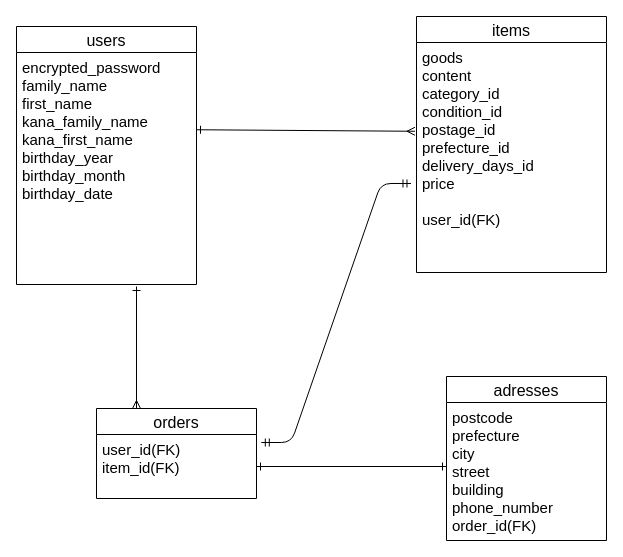
Earlier version of the draw.io diagram er.dio (snocoh/furima-38972). Source tidied: cells renumbered, new cells numbered last; positions are measured from the earlier drawing's top-left corner, leaving out a move shared by most shapes. Both pictures are drawn from the tidied source at 100%, with x=0, y=0 at pixel (16, 16).
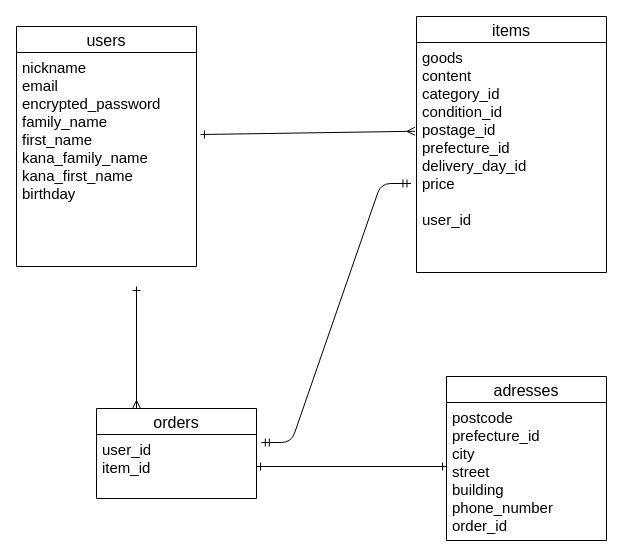
The same page after the edit.

Commit message (it also covers changes not shown here):
各テーブル修正

What changed in the source:
```diff
@@
 <mxGraphModel>
   <root>
     <mxCell id="0" />
     <mxCell id="1" parent="0" />
     <mxCell id="2" value="users" style="swimlane;fontStyle=0;horizontal=1;startSize=26;align=center;fontSize=16;" parent="1" vertex="1">
-      <mxGeometry y="10" width="180" height="258" as="geometry" />
+      <mxGeometry y="10" width="180" height="240" as="geometry" />
     </mxCell>
     <mxCell id="3" value="items" style="swimlane;fontStyle=0;horizontal=1;startSize=26;align=center;fontSize=16;" parent="1" vertex="1">
       <mxGeometry x="400" width="190" height="256" as="geometry" />
     </mxCell>
-    <mxCell id="4" value="goods&#10;content&#10;category_id&#10;condition_id&#10;postage_id&#10;prefecture_id&#10;delivery_days_id&#10;price&#10;&#10;user_id(FK)&#10;" style="text;strokeColor=none;fillColor=none;spacingLeft=4;spacingRight=4;overflow=hidden;points=[[0,0.5],[1,0.5]];portConstraint=eastwest;fontSize=15;" parent="3" vertex="1">
+    <mxCell id="4" value="goods&#10;content&#10;category_id&#10;condition_id&#10;postage_id&#10;prefecture_id&#10;delivery_day_id&#10;price&#10;&#10;user_id" style="text;strokeColor=none;fillColor=none;spacingLeft=4;spacingRight=4;overflow=hidden;points=[[0,0.5],[1,0.5]];portConstraint=eastwest;fontSize=15;" parent="3" vertex="1">
       <mxGeometry y="26" width="190" height="230" as="geometry" />
     </mxCell>
     <mxCell id="5" value="orders" style="swimlane;fontStyle=0;horizontal=1;startSize=26;align=center;fontSize=16;" parent="1" vertex="1">
       <mxGeometry x="80" y="392" width="160" height="90" as="geometry" />
     </mxCell>
-    <mxCell id="6" value="user_id(FK)&#10;item_id(FK)" style="text;strokeColor=none;fillColor=none;spacingLeft=4;spacingRight=4;overflow=hidden;points=[[0,0.5],[1,0.5]];portConstraint=eastwest;fontSize=15;" parent="5" vertex="1">
+    <mxCell id="6" value="user_id&#10;item_id" style="text;strokeColor=none;fillColor=none;spacingLeft=4;spacingRight=4;overflow=hidden;points=[[0,0.5],[1,0.5]];portConstraint=eastwest;fontSize=15;" parent="5" vertex="1">
       <mxGeometry y="26" width="160" height="64" as="geometry" />
     </mxCell>
     <mxCell id="7" value="adresses" style="swimlane;fontStyle=0;horizontal=1;startSize=26;align=center;fontSize=16;" parent="1" vertex="1">
       <mxGeometry x="430" y="360" width="160" height="164" as="geometry" />
     </mxCell>
-    <mxCell id="8" value="postcode&#10;prefecture&#10;city&#10;street&#10;building&#10;phone_number&#10;order_id(FK)" style="text;strokeColor=none;fillColor=none;spacingLeft=4;spacingRight=4;overflow=hidden;fontSize=15;" parent="7" vertex="1">
+    <mxCell id="8" value="postcode&#10;prefecture_id&#10;city&#10;street&#10;building&#10;phone_number&#10;order_id" style="text;strokeColor=none;fillColor=none;spacingLeft=4;spacingRight=4;overflow=hidden;fontSize=15;" parent="7" vertex="1">
       <mxGeometry y="26" width="160" height="138" as="geometry" />
     </mxCell>
-    <mxCell id="9" value="encrypted_password&#10;family_name&#10;first_name&#10;kana_family_name&#10;kana_first_name&#10;birthday_year&#10;birthday_month&#10;birthday_date" style="text;strokeColor=none;fillColor=none;spacingLeft=4;spacingRight=4;overflow=hidden;points=[[0,0.5],[1,0.5]];portConstraint=eastwest;fontSize=15;" parent="1" vertex="1">
-      <mxGeometry y="36" width="180" height="232" as="geometry" />
+    <mxCell id="9" value="nickname&#10;email&#10;encrypted_password&#10;family_name&#10;first_name&#10;kana_family_name&#10;kana_first_name&#10;birthday" style="text;strokeColor=none;fillColor=none;spacingLeft=4;spacingRight=4;overflow=hidden;points=[[0,0.5],[1,0.5]];portConstraint=eastwest;fontSize=15;" parent="1" vertex="1">
+      <mxGeometry y="36" width="180" height="204" as="geometry" />
     </mxCell>
     <mxCell id="10" style="edgeStyle=entityRelationEdgeStyle;fontSize=12;html=1;endArrow=ERmandOne;startArrow=ERmandOne;entryX=-0.029;entryY=0.613;entryDx=0;entryDy=0;entryPerimeter=0;exitX=1.03;exitY=0.125;exitDx=0;exitDy=0;exitPerimeter=0;" parent="1" edge="1" source="6" target="4">
       <mxGeometry relative="1" as="geometry" />
     </mxCell>
     <mxCell id="11" style="endArrow=ERone;html=1;rounded=0;startArrow=ERmany;startFill=0;exitX=0.25;exitY=0;exitDx=0;exitDy=0;endFill=0;" parent="1" edge="1" source="5">
       <mxGeometry relative="1" as="geometry">
         <mxPoint x="120" y="270" as="targetPoint" />
       </mxGeometry>
     </mxCell>
-    <mxCell id="12" style="endArrow=ERmany;html=1;rounded=0;entryX=-0.008;entryY=0.386;entryDx=0;entryDy=0;entryPerimeter=0;endFill=0;exitX=1;exitY=0.333;exitDx=0;exitDy=0;exitPerimeter=0;startArrow=ERone;startFill=0;" parent="1" edge="1" source="9" target="4">
+    <mxCell id="12" style="endArrow=ERmany;html=1;rounded=0;entryX=-0.008;entryY=0.386;entryDx=0;entryDy=0;entryPerimeter=0;endFill=0;exitX=1.022;exitY=0.402;exitDx=0;exitDy=0;exitPerimeter=0;startArrow=ERone;startFill=0;" parent="1" edge="1" source="9" target="4">
       <mxGeometry relative="1" as="geometry" />
     </mxCell>
     <mxCell id="13" style="endArrow=ERone;html=1;rounded=0;startArrow=ERone;startFill=0;endFill=0;" parent="1" edge="1">
       <mxGeometry relative="1" as="geometry">
         <mxPoint x="240" y="450" as="sourcePoint" />
         <mxPoint x="430" y="450" as="targetPoint" />
       </mxGeometry>
     </mxCell>
   </root>
 </mxGraphModel>
```
